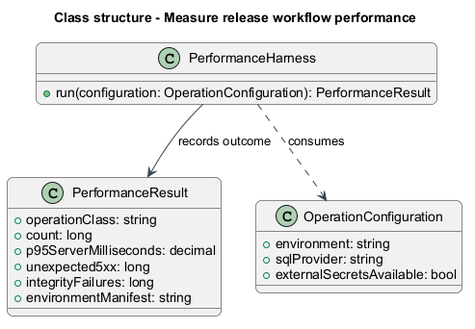
QuinntyneBrown/mission-control keeps this PlantUML diagram as docs/detailed-designs/operations/measure-release-performance/diagrams/class-structure.png. Above is the earlier version. Source of this version:
```plantuml
@startuml
skinparam backgroundColor #FFFFFF
skinparam shadowing false
skinparam roundcorner 12
skinparam defaultFontName Arial
skinparam ArrowColor #344054
skinparam rectangle {
  BorderColor #344054
  FontColor #101828
}
skinparam package {
  BorderColor #667085
  FontColor #101828
  BackgroundColor #F9FAFB
}
title Class structure - Measure release workflow performance
class PerformanceResult {
  +operationClass: string
  +count: long
  +p95ServerMilliseconds: decimal
  +unexpected5xx: long
  +integrityFailures: long
  +environmentManifest: string
}
class PerformanceHarness {
  +run(configuration: OperationConfiguration): PerformanceResult
}
class OperationConfiguration {
  +environment: string
  +sqlProvider: string
  +externalSecretsAvailable: bool
}
PerformanceHarness ..> OperationConfiguration : consumes
PerformanceHarness --> PerformanceResult : records outcome
@enduml
```
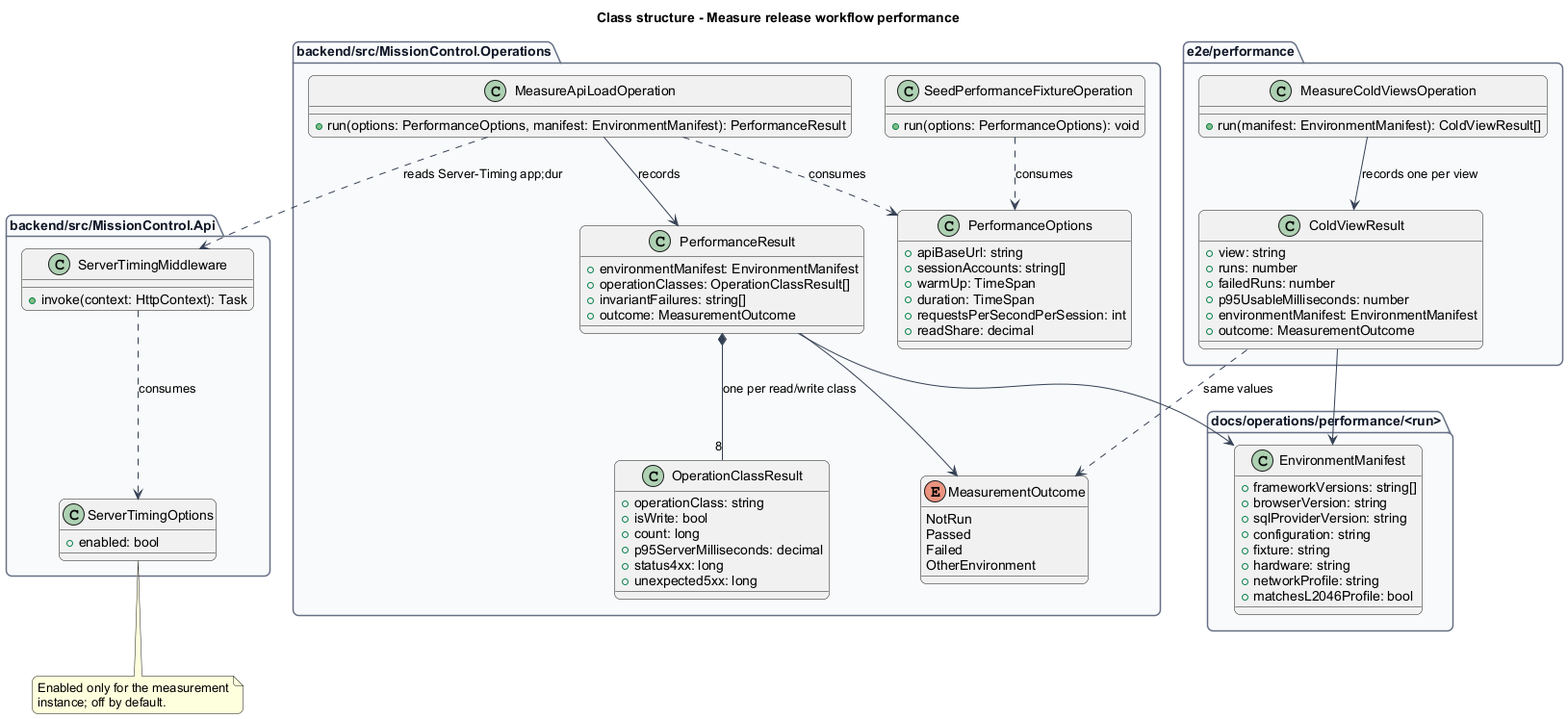
Above is the later version.

Change to the diagram source:
```diff
@@ -13,23 +13,90 @@
   FontColor #101828
   BackgroundColor #F9FAFB
 }
+set separator none
 title Class structure - Measure release workflow performance
-class PerformanceResult {
-  +operationClass: string
-  +count: long
-  +p95ServerMilliseconds: decimal
-  +unexpected5xx: long
-  +integrityFailures: long
-  +environmentManifest: string
+package "backend/src/MissionControl.Operations" {
+  class SeedPerformanceFixtureOperation {
+    +run(options: PerformanceOptions): void
+  }
+  class MeasureApiLoadOperation {
+    +run(options: PerformanceOptions, manifest: EnvironmentManifest): PerformanceResult
+  }
+  class PerformanceOptions {
+    +apiBaseUrl: string
+    +sessionAccounts: string[]
+    +warmUp: TimeSpan
+    +duration: TimeSpan
+    +requestsPerSecondPerSession: int
+    +readShare: decimal
+  }
+  class PerformanceResult {
+    +environmentManifest: EnvironmentManifest
+    +operationClasses: OperationClassResult[]
+    +invariantFailures: string[]
+    +outcome: MeasurementOutcome
+  }
+  class OperationClassResult {
+    +operationClass: string
+    +isWrite: bool
+    +count: long
+    +p95ServerMilliseconds: decimal
+    +status4xx: long
+    +unexpected5xx: long
+  }
+  enum MeasurementOutcome {
+    NotRun
+    Passed
+    Failed
+    OtherEnvironment
+  }
 }
-class PerformanceHarness {
-  +run(configuration: OperationConfiguration): PerformanceResult
+package "backend/src/MissionControl.Api" {
+  class ServerTimingMiddleware {
+    +invoke(context: HttpContext): Task
+  }
+  class ServerTimingOptions {
+    +enabled: bool
+  }
 }
-class OperationConfiguration {
-  +environment: string
-  +sqlProvider: string
-  +externalSecretsAvailable: bool
+package "e2e/performance" {
+  class MeasureColdViewsOperation {
+    +run(manifest: EnvironmentManifest): ColdViewResult[]
+  }
+  class ColdViewResult {
+    +view: string
+    +runs: number
+    +failedRuns: number
+    +p95UsableMilliseconds: number
+    +environmentManifest: EnvironmentManifest
+    +outcome: MeasurementOutcome
+  }
 }
-PerformanceHarness ..> OperationConfiguration : consumes
-PerformanceHarness --> PerformanceResult : records outcome
+package "docs/operations/performance/<run>" {
+  class EnvironmentManifest {
+    +frameworkVersions: string[]
+    +browserVersion: string
+    +sqlProviderVersion: string
+    +configuration: string
+    +fixture: string
+    +hardware: string
+    +networkProfile: string
+    +matchesL2046Profile: bool
+  }
+}
+note bottom of ServerTimingOptions
+Enabled only for the measurement
+instance; off by default.
+end note
+SeedPerformanceFixtureOperation ..> PerformanceOptions : consumes
+MeasureApiLoadOperation ..> PerformanceOptions : consumes
+MeasureApiLoadOperation --> PerformanceResult : records
+PerformanceResult *-- "8" OperationClassResult : one per read/write class
+PerformanceResult --> MeasurementOutcome
+PerformanceResult --> EnvironmentManifest
+MeasureApiLoadOperation ..> ServerTimingMiddleware : reads Server-Timing app;dur
+ServerTimingMiddleware ..> ServerTimingOptions : consumes
+MeasureColdViewsOperation --> ColdViewResult : records one per view
+ColdViewResult --> EnvironmentManifest
+ColdViewResult ..> MeasurementOutcome : same values
 @enduml
```
